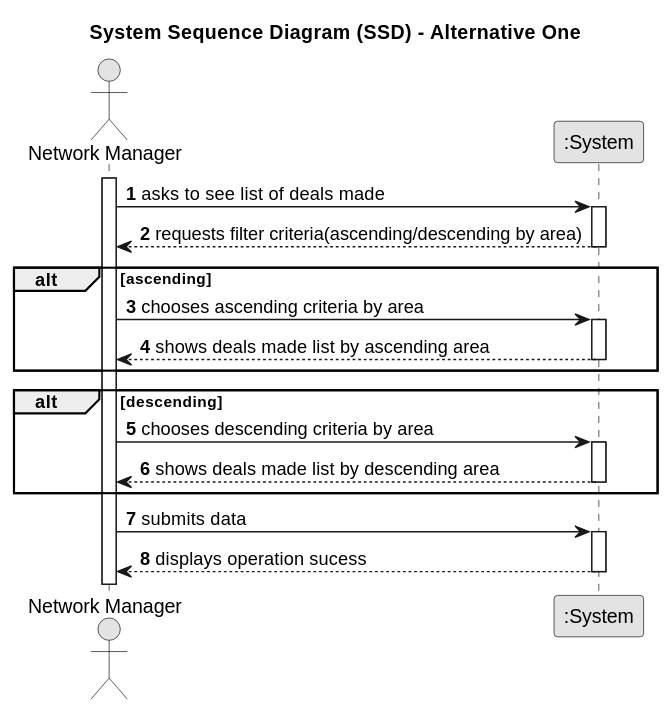
Before: docs/sprintD/US017/01.requirements-engineering/svg/us17-system-sequence-diagram.svg, a diagram exported from PlantUML (PureNimble/ISEP-LAPR2).
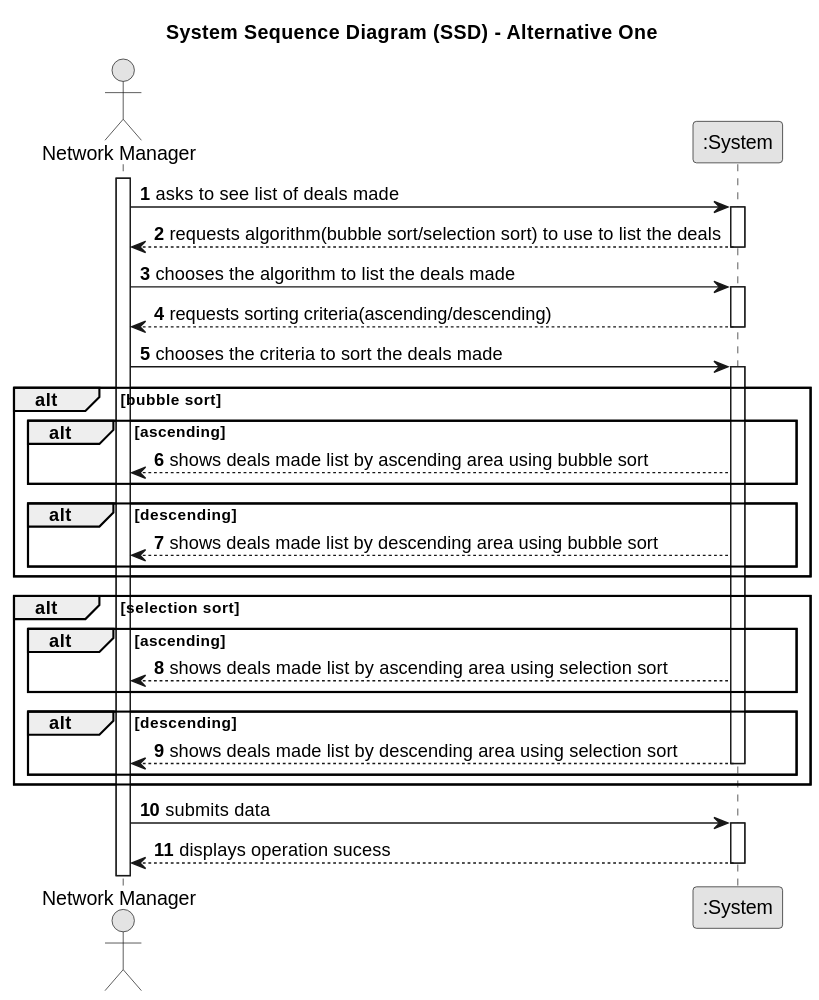
Later version of the same file.

What changed in the source:
```diff
@@ -15,33 +15,59 @@
     NetworkManager -> System : asks to see list of deals made
     activate System
 
-        System --> NetworkManager : requests filter criteria(ascending/descending by area)
+        System --> NetworkManager : requests algorithm(bubble sort/selection sort) to use to list the deals
     deactivate System
 
+    NetworkManager -> System : chooses the algorithm to list the deals made
+        activate System
+
+         System --> NetworkManager : requests sorting criteria(ascending/descending)
+        deactivate System
+
+        NetworkManager -> System : chooses the criteria to sort the deals made
+                activate System
+
+alt bubble sort
+
 alt ascending
-NetworkManager -> System : chooses ascending criteria by area
-    activate System
 
-        System --> NetworkManager : shows deals made list by ascending area
-    deactivate System
+        System --> NetworkManager : shows deals made list by ascending area using bubble sort
+
 
 end
 
    alt descending
-   NetworkManager -> System : chooses descending criteria by area
-       activate System
 
-           System --> NetworkManager : shows deals made list by descending area
+           System --> NetworkManager : shows deals made list by descending area using bubble sort
+
+
+   end
+
+end
+
+alt selection sort
+
+alt ascending
+
+        System --> NetworkManager : shows deals made list by ascending area using selection sort
+
+
+end
+
+   alt descending
+
+           System --> NetworkManager : shows deals made list by descending area using selection sort
        deactivate System
 
    end
+
+end
+
+
 
    NetworkManager -> System : submits data
    activate System
 
    System --> NetworkManager : displays operation sucess
    deactivate System
-
-
-
 @enduml
```
